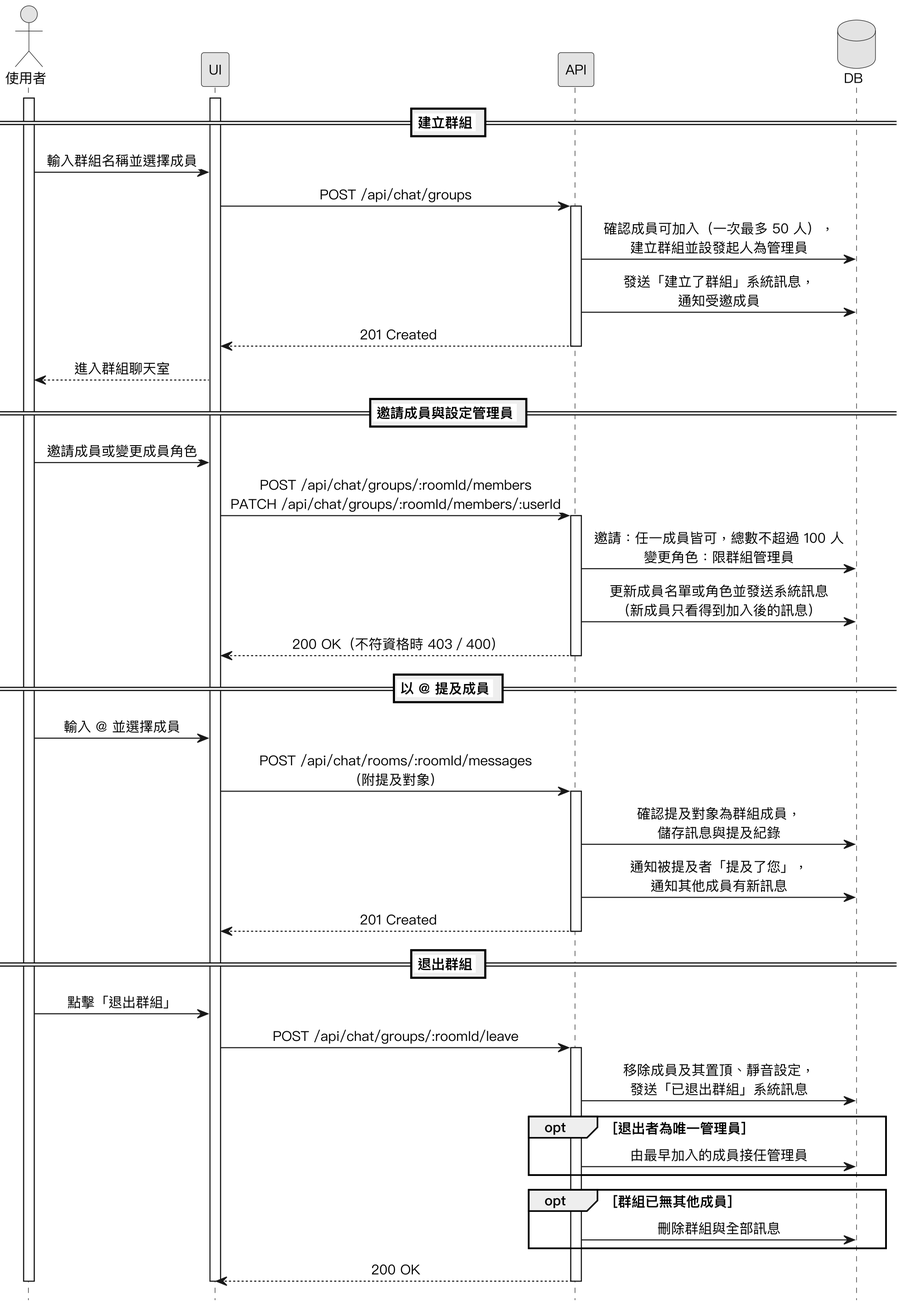
Above: Diagrams/Sequence Diagrams/v3/seq_chat_group.png in SaveMyBook/SaveMyBook (PlantUML), before the change.
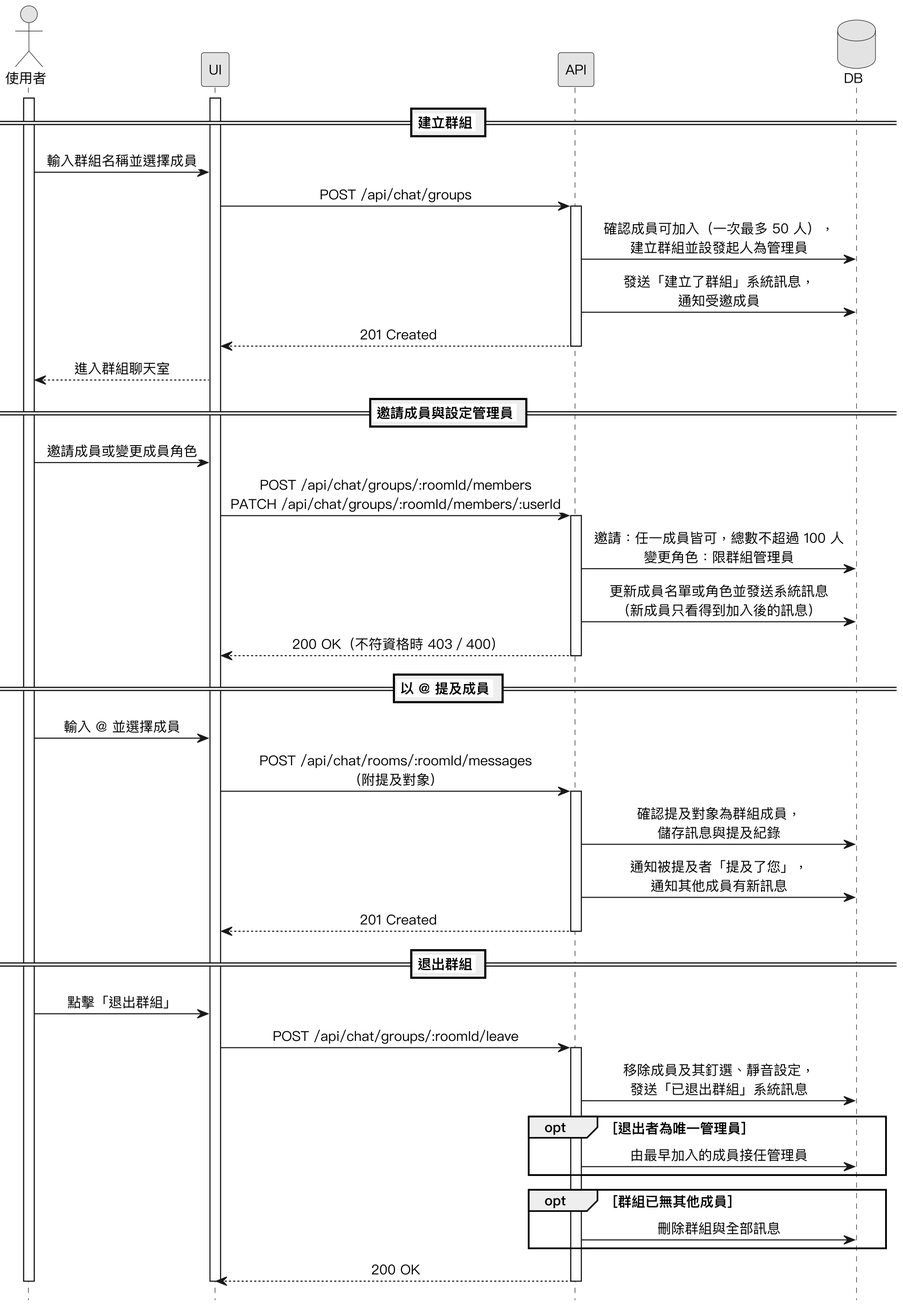
Above is the later version.

The edit, as a diff of the source:
```diff
@@ -47,7 +47,7 @@
 使用者 -> UI : 點擊「退出群組」
 UI -> API : POST /api/chat/groups/:roomId/leave
 activate API
-API -> DB : 移除成員及其置頂、靜音設定，\n發送「已退出群組」系統訊息
+API -> DB : 移除成員及其釘選、靜音設定，\n發送「已退出群組」系統訊息
 opt 退出者為唯一管理員
   API -> DB : 由最早加入的成員接任管理員
 end
```
